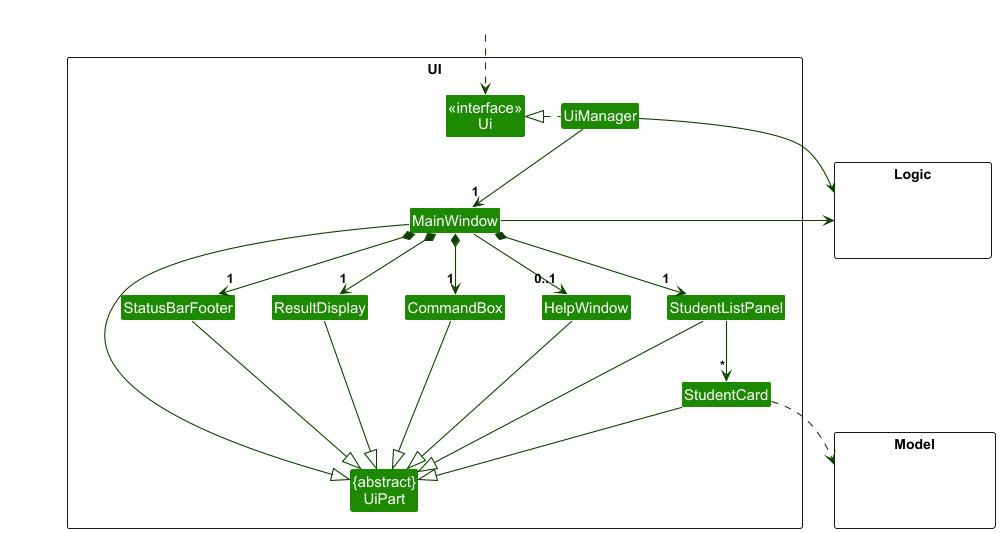
The PlantUML diagram docs/images/UiClassDiagram.png in nicholasohjj/tp, before a commit.
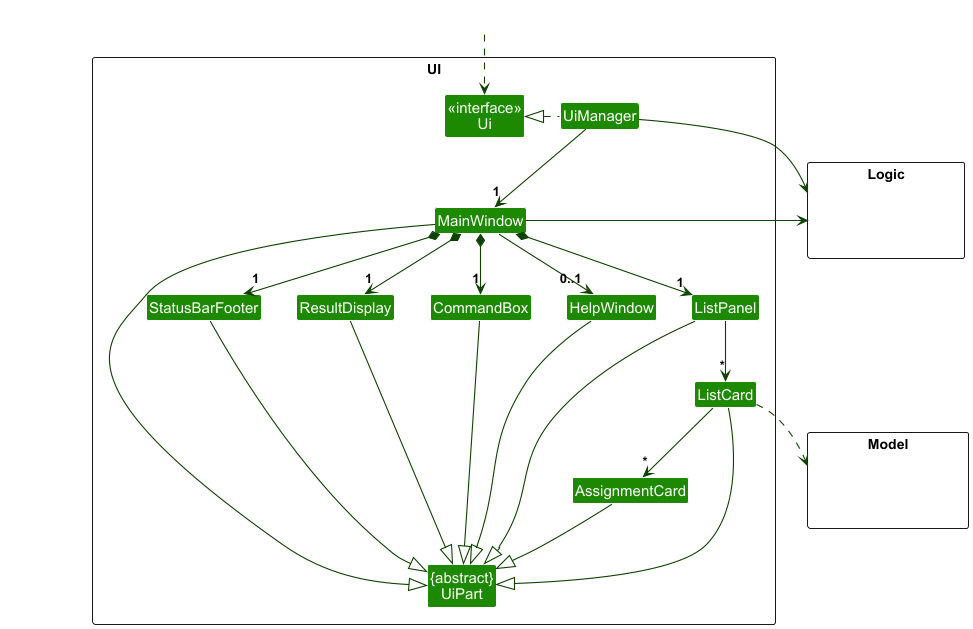
Later version of the same file.

Commit message:
Update current UI class diagram image

Change to the diagram source:
```diff
@@ -11,8 +11,9 @@
 Class MainWindow
 Class HelpWindow
 Class ResultDisplay
-Class StudentListPanel
-Class StudentCard
+Class ListPanel
+Class ListCard
+Class AssignmentCard
 Class StatusBarFooter
 Class CommandBox
 }
@@ -32,26 +33,28 @@
 UiManager -down-> "1" MainWindow
 MainWindow *-down->  "1" CommandBox
 MainWindow *-down-> "1" ResultDisplay
-MainWindow *-down-> "1" StudentListPanel
+MainWindow *-down-> "1" ListPanel
 MainWindow *-down-> "1" StatusBarFooter
 MainWindow --> "0..1" HelpWindow
 
-StudentListPanel -down-> "*" StudentCard
+ListPanel -down-> "*" ListCard
+ListCard -down-> “*” AssignmentCard
 
 MainWindow -left-|> UiPart
 
 ResultDisplay --|> UiPart
 CommandBox --|> UiPart
-StudentListPanel --|> UiPart
-StudentCard --|> UiPart
+ListPanel --|> UiPart
+ListCard --|> UiPart
+AssignmentCard --|> UiPart
 StatusBarFooter --|> UiPart
 HelpWindow --|> UiPart
 
-StudentCard ..> Model
+ListCard ..> Model
 UiManager -right-> Logic
 MainWindow -left-> Logic
 
-StudentListPanel -[hidden]left- HelpWindow
+ListPanel -[hidden]left- HelpWindow
 HelpWindow -[hidden]left- CommandBox
 CommandBox -[hidden]left- ResultDisplay
 ResultDisplay -[hidden]left- StatusBarFooter
```
